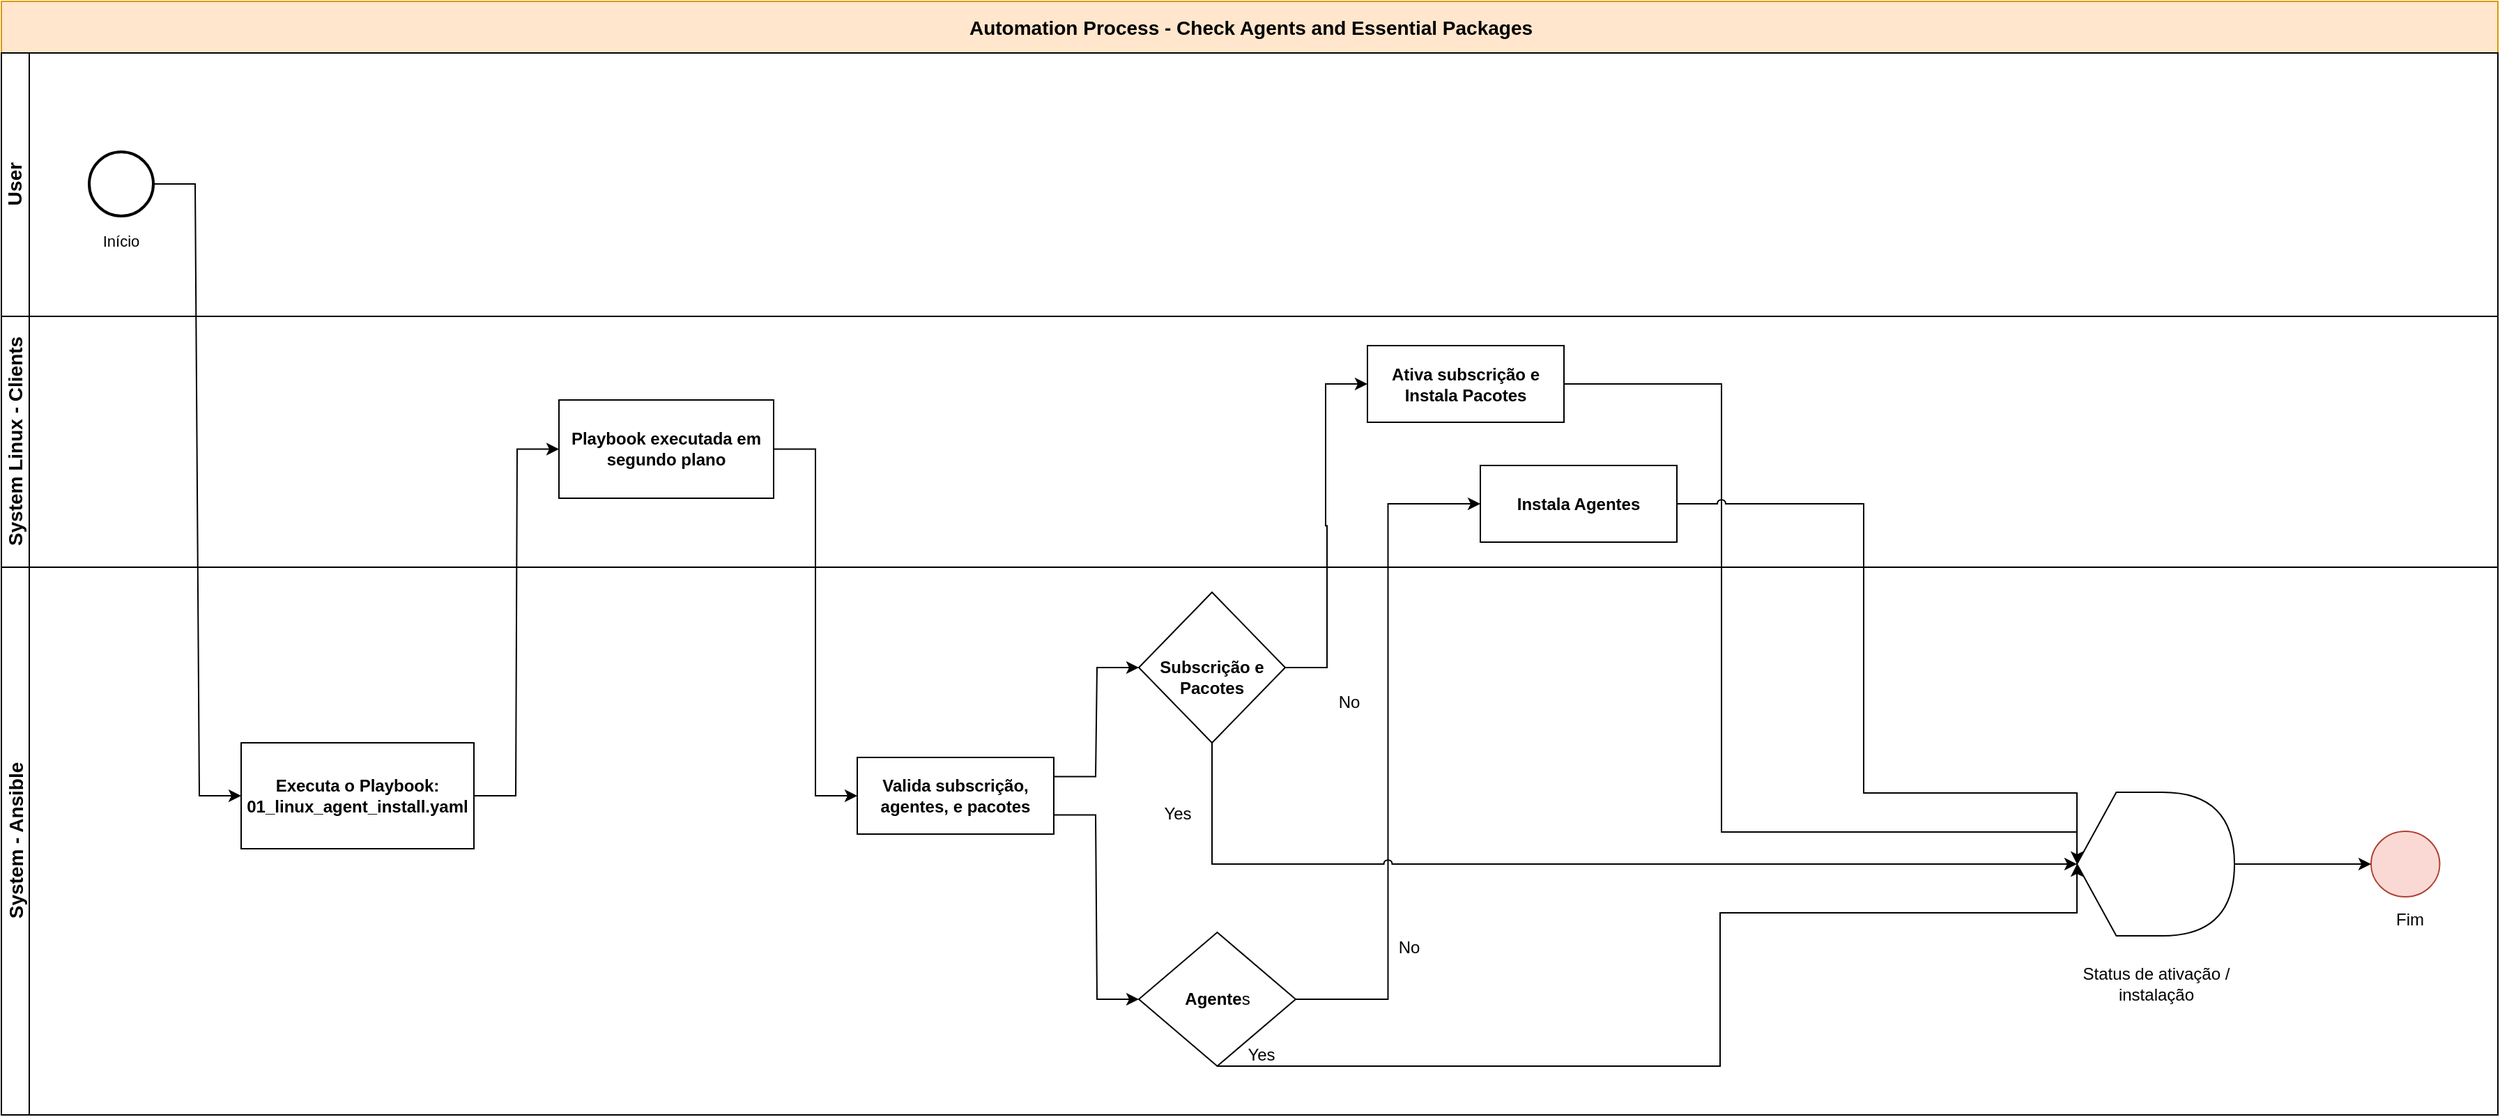
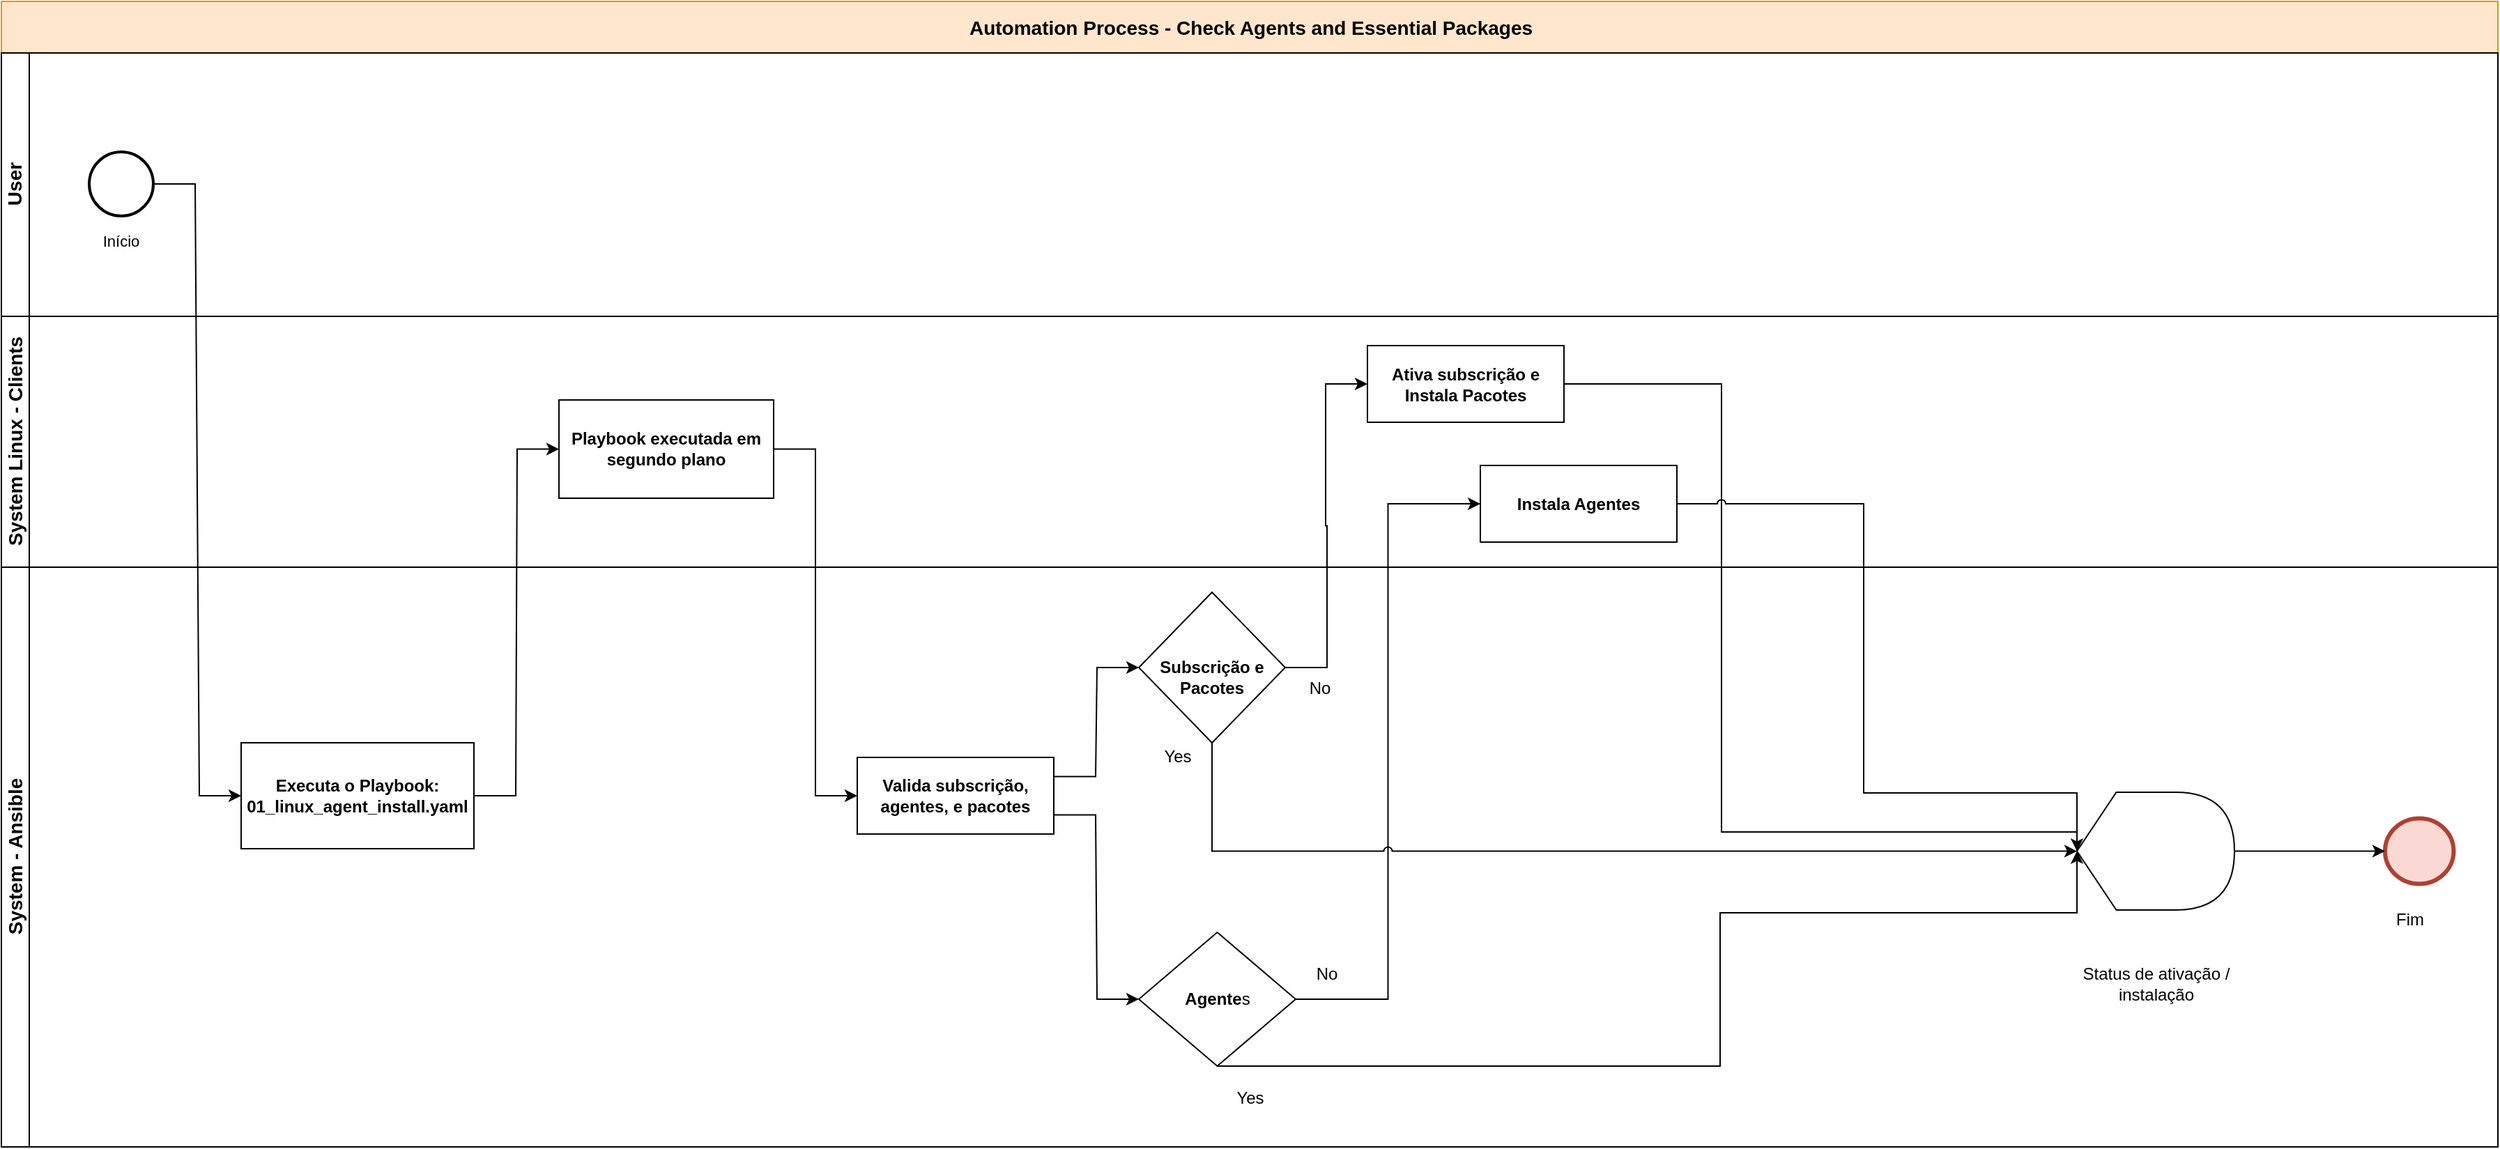
<mxfile host="app.diagrams.net">
  <diagram name="Page-1" id="64e8F4NmcQV0RyfO16XD">
    <mxGraphModel dx="2406" dy="1227" grid="0" gridSize="10" guides="1" tooltips="1" connect="1" arrows="1" fold="1" page="0" pageScale="1" pageWidth="850" pageHeight="1100" math="0" shadow="0">
      <root>
        <mxCell id="0" />
        <mxCell id="1" parent="0" />
        <mxCell id="l8U78lP06yOk8_NAmsvG-6" parent="1" style="swimlane;childLayout=stackLayout;resizeParent=1;resizeParentMax=0;horizontal=1;startSize=37;horizontalStack=0;html=1;fillColor=#ffe6cc;strokeColor=#d79b00;" value="&lt;font style=&quot;font-size: 14px;&quot;&gt;Automation Process - Check Agents and Essential Packages&lt;/font&gt;" vertex="1">
-           <mxGeometry height="799" width="1791" x="-338" y="37" as="geometry" />
+           <mxGeometry height="822" width="1791" x="-338" y="37" as="geometry" />
        </mxCell>
        <mxCell id="l8U78lP06yOk8_NAmsvG-7" parent="l8U78lP06yOk8_NAmsvG-6" style="swimlane;startSize=20;horizontal=0;html=1;" value="&lt;b&gt;&lt;font style=&quot;font-size: 14px;&quot;&gt;User&lt;/font&gt;&lt;/b&gt;" vertex="1">
          <mxGeometry height="189" width="1791" y="37" as="geometry" />
        </mxCell>
        <mxCell id="l8U78lP06yOk8_NAmsvG-2" parent="l8U78lP06yOk8_NAmsvG-7" style="strokeWidth=2;html=1;shape=mxgraph.flowchart.start_2;whiteSpace=wrap;" value="" vertex="1">
          <mxGeometry height="46" width="46" x="63" y="71" as="geometry" />
        </mxCell>
        <mxCell id="l8U78lP06yOk8_NAmsvG-11" parent="l8U78lP06yOk8_NAmsvG-7" style="text;html=1;whiteSpace=wrap;strokeColor=none;fillColor=none;align=center;verticalAlign=middle;rounded=0;" value="&lt;font style=&quot;font-size: 11px;&quot;&gt;Início&lt;/font&gt;" vertex="1">
          <mxGeometry height="30" width="60" x="56" y="120" as="geometry" />
        </mxCell>
        <mxCell id="l8U78lP06yOk8_NAmsvG-16" edge="1" parent="l8U78lP06yOk8_NAmsvG-6" source="l8U78lP06yOk8_NAmsvG-13" style="endArrow=classic;html=1;rounded=0;exitX=1;exitY=0.5;exitDx=0;exitDy=0;edgeStyle=entityRelationEdgeStyle;entryX=0;entryY=0.5;entryDx=0;entryDy=0;endFill=1;" target="l8U78lP06yOk8_NAmsvG-15" value="">
          <mxGeometry height="50" relative="1" width="50" as="geometry">
            <mxPoint x="434" y="285" as="sourcePoint" />
            <mxPoint x="435" y="455" as="targetPoint" />
          </mxGeometry>
        </mxCell>
        <mxCell id="l8U78lP06yOk8_NAmsvG-18" edge="1" parent="l8U78lP06yOk8_NAmsvG-6" source="l8U78lP06yOk8_NAmsvG-17" style="endArrow=none;html=1;rounded=0;exitX=0;exitY=0.5;exitDx=0;exitDy=0;edgeStyle=entityRelationEdgeStyle;entryX=1;entryY=0.5;entryDx=0;entryDy=0;startArrow=classic;startFill=1;" target="l8U78lP06yOk8_NAmsvG-15" value="">
          <mxGeometry height="50" relative="1" width="50" as="geometry">
            <mxPoint x="511" y="587" as="sourcePoint" />
            <mxPoint x="572" y="409" as="targetPoint" />
          </mxGeometry>
        </mxCell>
        <mxCell id="l8U78lP06yOk8_NAmsvG-8" parent="l8U78lP06yOk8_NAmsvG-6" style="swimlane;startSize=20;horizontal=0;html=1;" value="&lt;font style=&quot;font-size: 14px;&quot;&gt;System Linux - Clients&lt;/font&gt;" vertex="1">
          <mxGeometry height="180" width="1791" y="226" as="geometry" />
        </mxCell>
        <mxCell id="l8U78lP06yOk8_NAmsvG-15" parent="l8U78lP06yOk8_NAmsvG-8" style="whiteSpace=wrap;html=1;strokeWidth=1;" value="&lt;b&gt;Playbook executada em segundo plano&lt;/b&gt;" vertex="1">
          <mxGeometry height="70.5" width="154" x="400" y="60" as="geometry" />
        </mxCell>
        <mxCell id="l8U78lP06yOk8_NAmsvG-28" parent="l8U78lP06yOk8_NAmsvG-8" style="whiteSpace=wrap;html=1;strokeWidth=1;" value="&lt;b&gt;Instala Agentes&lt;br&gt;&lt;/b&gt;" vertex="1">
          <mxGeometry height="55" width="141" x="1061" y="107" as="geometry" />
        </mxCell>
        <mxCell id="l8U78lP06yOk8_NAmsvG-31" parent="l8U78lP06yOk8_NAmsvG-8" style="whiteSpace=wrap;html=1;strokeWidth=1;" value="&lt;b&gt;Ativa subscrição e Instala Pacotes&lt;br&gt;&lt;/b&gt;" vertex="1">
          <mxGeometry height="55" width="141" x="980" y="21" as="geometry" />
        </mxCell>
        <mxCell id="l8U78lP06yOk8_NAmsvG-32" edge="1" parent="l8U78lP06yOk8_NAmsvG-6" source="l8U78lP06yOk8_NAmsvG-20" style="endArrow=classic;html=1;rounded=0;edgeStyle=entityRelationEdgeStyle;entryX=0;entryY=0.5;entryDx=0;entryDy=0;endFill=1;exitX=1;exitY=0.5;exitDx=0;exitDy=0;" target="l8U78lP06yOk8_NAmsvG-31" value="">
          <mxGeometry height="50" relative="1" width="50" as="geometry">
            <mxPoint x="1016" y="583" as="sourcePoint" />
            <mxPoint x="1076" y="368" as="targetPoint" />
          </mxGeometry>
        </mxCell>
        <mxCell id="l8U78lP06yOk8_NAmsvG-30" edge="1" parent="l8U78lP06yOk8_NAmsvG-6" source="l8U78lP06yOk8_NAmsvG-19" style="endArrow=classic;html=1;rounded=0;edgeStyle=orthogonalEdgeStyle;entryX=0;entryY=0.5;entryDx=0;entryDy=0;endFill=1;" target="l8U78lP06yOk8_NAmsvG-28" value="">
          <mxGeometry height="50" relative="1" width="50" as="geometry">
            <mxPoint x="880" y="358" as="sourcePoint" />
            <mxPoint x="999" y="287" as="targetPoint" />
          </mxGeometry>
        </mxCell>
        <mxCell id="l8U78lP06yOk8_NAmsvG-14" edge="1" parent="l8U78lP06yOk8_NAmsvG-6" source="l8U78lP06yOk8_NAmsvG-2" style="rounded=0;orthogonalLoop=1;jettySize=auto;html=1;edgeStyle=entityRelationEdgeStyle;" target="l8U78lP06yOk8_NAmsvG-13" value="">
          <mxGeometry relative="1" as="geometry" />
        </mxCell>
+         <mxCell id="l8U78lP06yOk8_NAmsvG-44" edge="1" parent="l8U78lP06yOk8_NAmsvG-6" source="l8U78lP06yOk8_NAmsvG-42" style="endArrow=none;html=1;rounded=0;edgeStyle=orthogonalEdgeStyle;entryX=1;entryY=0.5;entryDx=0;entryDy=0;endFill=0;exitX=0;exitY=0.5;exitDx=0;exitDy=0;exitPerimeter=0;" target="l8U78lP06yOk8_NAmsvG-31" value="">
+           <mxGeometry height="50" relative="1" width="50" as="geometry">
+             <Array as="points">
+               <mxPoint x="1469" y="596" />
+               <mxPoint x="1234" y="596" />
+               <mxPoint x="1234" y="258" />
+             </Array>
+             <mxPoint x="1268" y="622" as="sourcePoint" />
+             <mxPoint x="1328" y="270" as="targetPoint" />
+           </mxGeometry>
+         </mxCell>
+         <mxCell id="l8U78lP06yOk8_NAmsvG-45" edge="1" parent="l8U78lP06yOk8_NAmsvG-6" source="l8U78lP06yOk8_NAmsvG-42" style="endArrow=none;html=1;rounded=0;entryX=1;entryY=0.5;entryDx=0;entryDy=0;endFill=0;exitX=0;exitY=0.5;exitDx=0;exitDy=0;exitPerimeter=0;edgeStyle=orthogonalEdgeStyle;startArrow=classic;startFill=1;jumpStyle=arc;" target="l8U78lP06yOk8_NAmsvG-28" value="">
+           <mxGeometry height="50" relative="1" width="50" as="geometry">
+             <Array as="points">
+               <mxPoint x="1469" y="568" />
+               <mxPoint x="1336" y="568" />
+               <mxPoint x="1336" y="344" />
+             </Array>
+             <mxPoint x="1344" y="624" as="sourcePoint" />
+             <mxPoint x="1188" y="275" as="targetPoint" />
+           </mxGeometry>
+         </mxCell>
        <mxCell id="l8U78lP06yOk8_NAmsvG-9" parent="l8U78lP06yOk8_NAmsvG-6" style="swimlane;startSize=20;horizontal=0;html=1;" value="&lt;font style=&quot;font-size: 14px;&quot;&gt;System - Ansible&lt;/font&gt;" vertex="1">
-           <mxGeometry height="393" width="1791" y="406" as="geometry" />
+           <mxGeometry height="416" width="1791" y="406" as="geometry" />
        </mxCell>
        <mxCell id="l8U78lP06yOk8_NAmsvG-13" parent="l8U78lP06yOk8_NAmsvG-9" style="whiteSpace=wrap;html=1;strokeWidth=1;" value="&lt;b&gt;Executa o Playbook: 01_linux_agent_install.yaml&lt;/b&gt;" vertex="1">
          <mxGeometry height="76" width="167" x="172" y="126" as="geometry" />
        </mxCell>
        <mxCell id="l8U78lP06yOk8_NAmsvG-17" parent="l8U78lP06yOk8_NAmsvG-9" style="whiteSpace=wrap;html=1;strokeWidth=1;" value="&lt;b&gt;Valida subscrição, agentes, e pacotes&lt;br&gt;&lt;/b&gt;" vertex="1">
          <mxGeometry height="55" width="141" x="614" y="136.5" as="geometry" />
        </mxCell>
        <mxCell id="l8U78lP06yOk8_NAmsvG-20" parent="l8U78lP06yOk8_NAmsvG-9" style="rhombus;whiteSpace=wrap;html=1;" value="&lt;div&gt;&lt;b&gt;&lt;br&gt;&lt;/b&gt;&lt;/div&gt;&lt;div&gt;&lt;b&gt;Subscrição e Pacotes&lt;/b&gt;&lt;/div&gt;" vertex="1">
          <mxGeometry height="108" width="105" x="816" y="18" as="geometry" />
        </mxCell>
        <mxCell id="l8U78lP06yOk8_NAmsvG-23" edge="1" parent="l8U78lP06yOk8_NAmsvG-9" source="l8U78lP06yOk8_NAmsvG-17" style="endArrow=classic;html=1;rounded=0;exitX=1;exitY=0.25;exitDx=0;exitDy=0;edgeStyle=entityRelationEdgeStyle;entryX=0;entryY=0.5;entryDx=0;entryDy=0;endFill=1;" target="l8U78lP06yOk8_NAmsvG-20" value="">
          <mxGeometry height="50" relative="1" width="50" as="geometry">
            <mxPoint x="841" y="203" as="sourcePoint" />
            <mxPoint x="960" y="132" as="targetPoint" />
          </mxGeometry>
        </mxCell>
        <mxCell id="l8U78lP06yOk8_NAmsvG-24" parent="l8U78lP06yOk8_NAmsvG-9" style="text;html=1;whiteSpace=wrap;strokeColor=none;fillColor=none;align=center;verticalAlign=middle;rounded=0;" value="Yes" vertex="1">
-           <mxGeometry height="30" width="60" x="814" y="161.5" as="geometry" />
+           <mxGeometry height="30" width="60" x="814" y="121" as="geometry" />
        </mxCell>
        <mxCell id="l8U78lP06yOk8_NAmsvG-25" parent="l8U78lP06yOk8_NAmsvG-9" style="text;html=1;whiteSpace=wrap;strokeColor=none;fillColor=none;align=center;verticalAlign=middle;rounded=0;" value="Yes" vertex="1">
-           <mxGeometry height="30" width="60" x="874" y="335" as="geometry" />
+           <mxGeometry height="30" width="60" x="865.5" y="366" as="geometry" />
        </mxCell>
        <mxCell id="l8U78lP06yOk8_NAmsvG-26" parent="l8U78lP06yOk8_NAmsvG-9" style="text;html=1;whiteSpace=wrap;strokeColor=none;fillColor=none;align=center;verticalAlign=middle;rounded=0;" value="No" vertex="1">
-           <mxGeometry height="30" width="60" x="937" y="82" as="geometry" />
+           <mxGeometry height="30" width="60" x="916" y="72" as="geometry" />
        </mxCell>
        <mxCell id="l8U78lP06yOk8_NAmsvG-27" parent="l8U78lP06yOk8_NAmsvG-9" style="text;html=1;whiteSpace=wrap;strokeColor=none;fillColor=none;align=center;verticalAlign=middle;rounded=0;" value="No" vertex="1">
-           <mxGeometry height="30" width="60" x="980" y="258" as="geometry" />
+           <mxGeometry height="30" width="60" x="921" y="277" as="geometry" />
        </mxCell>
        <mxCell id="l8U78lP06yOk8_NAmsvG-19" parent="l8U78lP06yOk8_NAmsvG-9" style="rhombus;whiteSpace=wrap;html=1;" value="&lt;b&gt;Agente&lt;/b&gt;s" vertex="1">
          <mxGeometry height="96" width="112.5" x="816" y="262" as="geometry" />
        </mxCell>
        <mxCell id="l8U78lP06yOk8_NAmsvG-22" edge="1" parent="l8U78lP06yOk8_NAmsvG-9" source="l8U78lP06yOk8_NAmsvG-17" style="endArrow=classic;html=1;rounded=0;exitX=1;exitY=0.75;exitDx=0;exitDy=0;edgeStyle=entityRelationEdgeStyle;entryX=0;entryY=0.5;entryDx=0;entryDy=0;endFill=1;" target="l8U78lP06yOk8_NAmsvG-19" value="">
          <mxGeometry height="50" relative="1" width="50" as="geometry">
            <mxPoint x="433" y="333" as="sourcePoint" />
            <mxPoint x="493" y="72" as="targetPoint" />
          </mxGeometry>
        </mxCell>
        <mxCell id="l8U78lP06yOk8_NAmsvG-43" parent="l8U78lP06yOk8_NAmsvG-9" style="text;html=1;whiteSpace=wrap;strokeColor=none;fillColor=none;align=center;verticalAlign=middle;rounded=0;" value="Status de ativação / instalação" vertex="1">
          <mxGeometry height="30" width="130" x="1480.5" y="284" as="geometry" />
        </mxCell>
-         <mxCell id="l8U78lP06yOk8_NAmsvG-54" parent="l8U78lP06yOk8_NAmsvG-9" style="ellipse;whiteSpace=wrap;html=1;fillColor=#fad9d5;strokeColor=#ae4132;" value="" vertex="1">
-           <mxGeometry height="47" width="49.25" x="1700" y="189.5" as="geometry" />
+         <mxCell id="l8U78lP06yOk8_NAmsvG-54" parent="l8U78lP06yOk8_NAmsvG-9" style="ellipse;whiteSpace=wrap;html=1;fillColor=#fad9d5;strokeColor=#ae4132;strokeWidth=3;" value="" vertex="1">
+           <mxGeometry height="47" width="49.25" x="1710" y="180.25" as="geometry" />
        </mxCell>
        <mxCell id="l8U78lP06yOk8_NAmsvG-56" parent="l8U78lP06yOk8_NAmsvG-9" style="text;html=1;whiteSpace=wrap;strokeColor=none;fillColor=none;align=center;verticalAlign=middle;rounded=0;" value="Fim" vertex="1">
          <mxGeometry height="30" width="94" x="1681.25" y="238" as="geometry" />
        </mxCell>
        <mxCell id="l8U78lP06yOk8_NAmsvG-57" edge="1" parent="l8U78lP06yOk8_NAmsvG-9" source="l8U78lP06yOk8_NAmsvG-56" style="edgeStyle=orthogonalEdgeStyle;rounded=0;orthogonalLoop=1;jettySize=auto;html=1;exitX=0.5;exitY=1;exitDx=0;exitDy=0;" target="l8U78lP06yOk8_NAmsvG-56">
          <mxGeometry relative="1" as="geometry" />
        </mxCell>
        <mxCell id="l8U78lP06yOk8_NAmsvG-42" parent="l8U78lP06yOk8_NAmsvG-9" style="shape=display;whiteSpace=wrap;html=1;" value="" vertex="1">
-           <mxGeometry height="103" width="113" x="1489" y="161.5" as="geometry" />
+           <mxGeometry height="84.5" width="113" x="1489" y="161.5" as="geometry" />
        </mxCell>
        <mxCell id="l8U78lP06yOk8_NAmsvG-47" edge="1" parent="l8U78lP06yOk8_NAmsvG-9" source="l8U78lP06yOk8_NAmsvG-42" style="endArrow=none;html=1;rounded=0;edgeStyle=orthogonalEdgeStyle;entryX=0.5;entryY=1;entryDx=0;entryDy=0;endFill=0;exitX=0;exitY=0.5;exitDx=0;exitDy=0;exitPerimeter=0;jumpStyle=arc;startArrow=classic;startFill=1;" target="l8U78lP06yOk8_NAmsvG-20" value="">
          <mxGeometry height="50" relative="1" width="50" as="geometry">
            <mxPoint x="1583" y="501.5" as="sourcePoint" />
            <mxPoint x="1235" y="144.5" as="targetPoint" />
          </mxGeometry>
        </mxCell>
        <mxCell id="l8U78lP06yOk8_NAmsvG-48" edge="1" parent="l8U78lP06yOk8_NAmsvG-9" source="l8U78lP06yOk8_NAmsvG-42" style="endArrow=none;html=1;rounded=0;edgeStyle=orthogonalEdgeStyle;entryX=0.5;entryY=1;entryDx=0;entryDy=0;endFill=0;exitX=0;exitY=0.5;exitDx=0;exitDy=0;exitPerimeter=0;jumpStyle=arc;startArrow=classic;startFill=1;" target="l8U78lP06yOk8_NAmsvG-19" value="">
          <mxGeometry height="50" relative="1" width="50" as="geometry">
            <Array as="points">
              <mxPoint x="1469" y="248" />
              <mxPoint x="1233" y="248" />
              <mxPoint x="1233" y="358" />
              <mxPoint x="941" y="358" />
            </Array>
            <mxPoint x="1895" y="292" as="sourcePoint" />
            <mxPoint x="1292" y="230" as="targetPoint" />
          </mxGeometry>
        </mxCell>
        <mxCell id="l8U78lP06yOk8_NAmsvG-55" edge="1" parent="l8U78lP06yOk8_NAmsvG-9" source="l8U78lP06yOk8_NAmsvG-42" style="edgeStyle=orthogonalEdgeStyle;rounded=0;orthogonalLoop=1;jettySize=auto;html=1;" target="l8U78lP06yOk8_NAmsvG-54" value="">
          <mxGeometry relative="1" as="geometry" />
        </mxCell>
-         <mxCell id="l8U78lP06yOk8_NAmsvG-44" edge="1" parent="l8U78lP06yOk8_NAmsvG-6" source="l8U78lP06yOk8_NAmsvG-42" style="endArrow=none;html=1;rounded=0;edgeStyle=orthogonalEdgeStyle;entryX=1;entryY=0.5;entryDx=0;entryDy=0;endFill=0;exitX=0;exitY=0.5;exitDx=0;exitDy=0;exitPerimeter=0;" target="l8U78lP06yOk8_NAmsvG-31" value="">
-           <mxGeometry height="50" relative="1" width="50" as="geometry">
-             <Array as="points">
-               <mxPoint x="1469" y="596" />
-               <mxPoint x="1234" y="596" />
-               <mxPoint x="1234" y="258" />
-             </Array>
-             <mxPoint x="1268" y="622" as="sourcePoint" />
-             <mxPoint x="1328" y="270" as="targetPoint" />
-           </mxGeometry>
-         </mxCell>
-         <mxCell id="l8U78lP06yOk8_NAmsvG-45" edge="1" parent="l8U78lP06yOk8_NAmsvG-6" source="l8U78lP06yOk8_NAmsvG-42" style="endArrow=none;html=1;rounded=0;entryX=1;entryY=0.5;entryDx=0;entryDy=0;endFill=0;exitX=0;exitY=0.5;exitDx=0;exitDy=0;exitPerimeter=0;edgeStyle=orthogonalEdgeStyle;startArrow=classic;startFill=1;jumpStyle=arc;" target="l8U78lP06yOk8_NAmsvG-28" value="">
-           <mxGeometry height="50" relative="1" width="50" as="geometry">
-             <Array as="points">
-               <mxPoint x="1469" y="568" />
-               <mxPoint x="1336" y="568" />
-               <mxPoint x="1336" y="344" />
-             </Array>
-             <mxPoint x="1344" y="624" as="sourcePoint" />
-             <mxPoint x="1188" y="275" as="targetPoint" />
-           </mxGeometry>
-         </mxCell>
      </root>
    </mxGraphModel>
  </diagram>
</mxfile>
